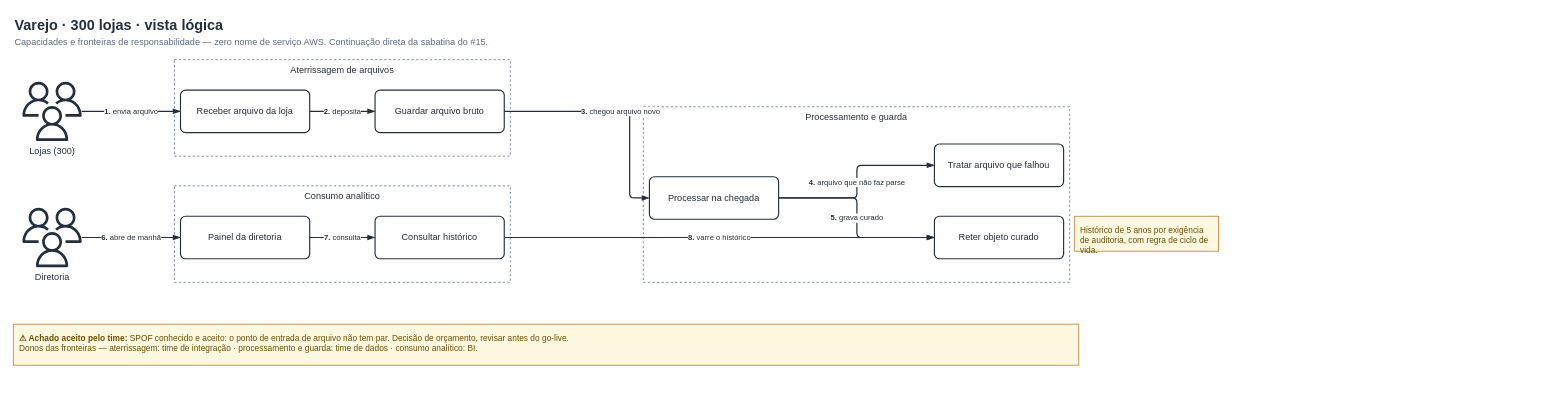
ThiagoPanini/panlabs-skills keeps this draw.io diagram as page "Varejo · 300 lojas · vista lógica" (1 of 5) of skills/panlabs-aws-diagrams/saida/varejo.publicado.drawio. Above is the earlier version. Source tidied: cells renumbered, new cells numbered last; positions are measured from the earlier drawing's top-left corner, leaving out a move shared by most shapes. Both pictures are drawn from the tidied source at 76%, with x=0, y=0 at pixel (13, 14).
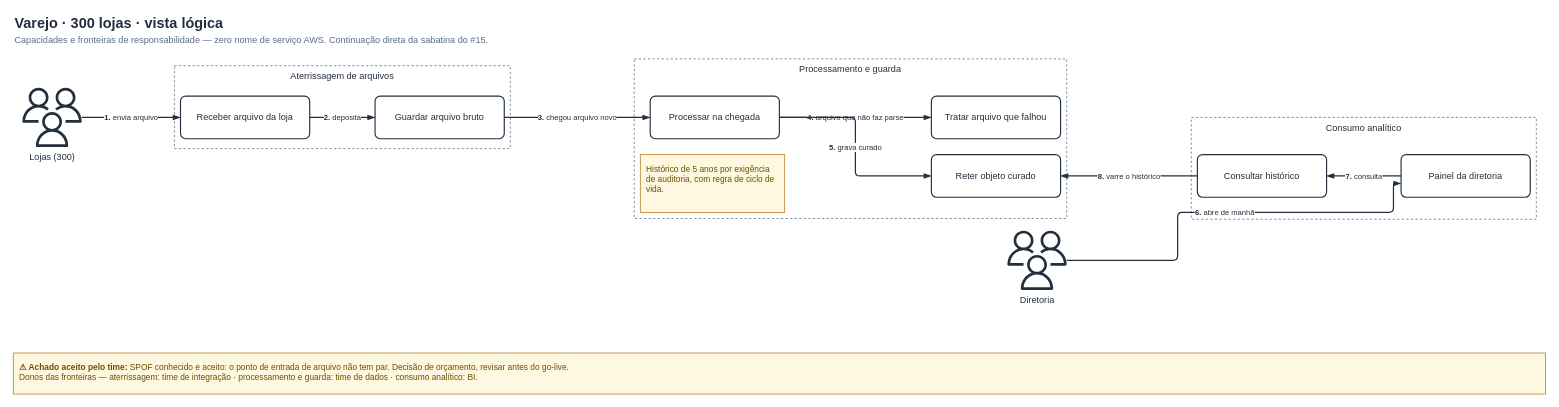
After the change.

The change refers to these unchanged cells:
```xml
<mxCell id="5" value="Guardar arquivo bruto" style="rounded=1;arcSize=12;whiteSpace=wrap;html=1;fillColor=#FFFFFF;strokeColor=#232F3E;fontColor=#232F3E;fontFamily=Arial,Helvetica;fontSize=12;verticalAlign=middle;align=center;strokeWidth=1.5;" parent="4" vertex="1">
  <mxGeometry x="264" y="40" width="170" height="56" as="geometry" />
</mxCell>
```

Change to the diagram source:
```diff
@@
     <mxCell id="2" value="Varejo · 300 lojas · vista lógica" style="text;html=1;fontSize=19;fontStyle=1;fontColor=#232F3E;fontFamily=Arial,Helvetica;align=left;verticalAlign=middle;" parent="1" vertex="1">
-      <mxGeometry width="392" height="27" as="geometry" />
+      <mxGeometry y="-2" width="392" height="27" as="geometry" />
     </mxCell>
     <mxCell id="3" value="Capacidades e fronteiras de responsabilidade — zero nome de serviço AWS. Continuação direta da sabatina do #15." style="text;html=1;fontSize=12;fontColor=#5A6C86;fontFamily=Arial,Helvetica;align=left;verticalAlign=middle;" parent="1" vertex="1">
-      <mxGeometry y="27" width="820" height="17" as="geometry" />
+      <mxGeometry y="25" width="820" height="17" as="geometry" />
     </mxCell>
     <mxCell id="4" value="Aterrissagem de arquivos" style="fillColor=none;strokeColor=#5A6C86;dashed=1;verticalAlign=top;fontStyle=0;fontColor=#232F3E;whiteSpace=wrap;html=1;fontFamily=Arial,Helvetica;fontSize=12;" parent="1" vertex="1">
-      <mxGeometry x="212" y="59" width="442" height="127" as="geometry" />
+      <mxGeometry x="212" y="67" width="442" height="109" as="geometry" />
     </mxCell>
@@
     <mxCell id="7" value="Consumo analítico" style="fillColor=none;strokeColor=#5A6C86;dashed=1;verticalAlign=top;fontStyle=0;fontColor=#232F3E;whiteSpace=wrap;html=1;fontFamily=Arial,Helvetica;fontSize=12;" parent="1" vertex="1">
-      <mxGeometry x="212" y="225" width="442" height="127" as="geometry" />
+      <mxGeometry x="1550" y="135" width="454" height="134" as="geometry" />
     </mxCell>
     <mxCell id="8" value="Consultar histórico" style="rounded=1;arcSize=12;whiteSpace=wrap;html=1;fillColor=#FFFFFF;strokeColor=#232F3E;fontColor=#232F3E;fontFamily=Arial,Helvetica;fontSize=12;verticalAlign=middle;align=center;strokeWidth=1.5;" parent="7" vertex="1">
-      <mxGeometry x="264" y="40" width="170" height="56" as="geometry" />
+      <mxGeometry x="8" y="49" width="170" height="56" as="geometry" />
     </mxCell>
     <mxCell id="9" value="Painel da diretoria" style="rounded=1;arcSize=12;whiteSpace=wrap;html=1;fillColor=#FFFFFF;strokeColor=#232F3E;fontColor=#232F3E;fontFamily=Arial,Helvetica;fontSize=12;verticalAlign=middle;align=center;strokeWidth=1.5;" parent="7" vertex="1">
-      <mxGeometry x="8" y="40" width="170" height="56" as="geometry" />
+      <mxGeometry x="276" y="49" width="170" height="56" as="geometry" />
     </mxCell>
     <mxCell id="10" value="Diretoria" style="sketch=0;outlineConnect=0;fontColor=#232F3E;gradientColor=none;fillColor=#232F3D;strokeColor=none;dashed=0;verticalLabelPosition=bottom;verticalAlign=top;align=center;html=1;fontSize=12;fontStyle=0;shape=mxgraph.aws4.users;fontFamily=Arial,Helvetica;" parent="1" vertex="1">
-      <mxGeometry x="12" y="254" width="78" height="78" as="geometry" />
+      <mxGeometry x="1308" y="284" width="78" height="78" as="geometry" />
     </mxCell>
     <mxCell id="11" value="Lojas (300)" style="sketch=0;outlineConnect=0;fontColor=#232F3E;gradientColor=none;fillColor=#232F3D;strokeColor=none;dashed=0;verticalLabelPosition=bottom;verticalAlign=top;align=center;html=1;fontSize=12;fontStyle=0;shape=mxgraph.aws4.users;fontFamily=Arial,Helvetica;" parent="1" vertex="1">
-      <mxGeometry x="12" y="88" width="78" height="78" as="geometry" />
+      <mxGeometry x="12" y="96" width="78" height="78" as="geometry" />
     </mxCell>
     <mxCell id="12" value="Processamento e guarda" style="fillColor=none;strokeColor=#5A6C86;dashed=1;verticalAlign=top;fontStyle=0;fontColor=#232F3E;whiteSpace=wrap;html=1;fontFamily=Arial,Helvetica;fontSize=12;" parent="1" vertex="1">
-      <mxGeometry x="829" y="121" width="561" height="231" as="geometry" />
+      <mxGeometry x="817" y="58" width="569" height="210" as="geometry" />
     </mxCell>
     <mxCell id="13" value="Processar na chegada" style="rounded=1;arcSize=12;whiteSpace=wrap;html=1;fillColor=#FFFFFF;strokeColor=#232F3E;fontColor=#232F3E;fontFamily=Arial,Helvetica;fontSize=12;verticalAlign=middle;align=center;strokeWidth=1.5;" parent="12" vertex="1">
-      <mxGeometry x="8" y="92" width="170" height="56" as="geometry" />
+      <mxGeometry x="21" y="49" width="170" height="56" as="geometry" />
     </mxCell>
     <mxCell id="14" value="Reter objeto curado" style="rounded=1;arcSize=12;whiteSpace=wrap;html=1;fillColor=#FFFFFF;strokeColor=#232F3E;fontColor=#232F3E;fontFamily=Arial,Helvetica;fontSize=12;verticalAlign=middle;align=center;strokeWidth=1.5;" parent="12" vertex="1">
-      <mxGeometry x="383" y="144" width="170" height="56" as="geometry" />
+      <mxGeometry x="391" y="126" width="170" height="56" as="geometry" />
     </mxCell>
     <mxCell id="15" value="Tratar arquivo que falhou" style="rounded=1;arcSize=12;whiteSpace=wrap;html=1;fillColor=#FFFFFF;strokeColor=#232F3E;fontColor=#232F3E;fontFamily=Arial,Helvetica;fontSize=12;verticalAlign=middle;align=center;strokeWidth=1.5;" parent="12" vertex="1">
-      <mxGeometry x="383" y="49" width="170" height="56" as="geometry" />
+      <mxGeometry x="391" y="49" width="170" height="56" as="geometry" />
     </mxCell>
+    <mxCell id="24" value="Histórico de 5 anos por exigência de auditoria, com regra de ciclo de vida." style="rounded=0;whiteSpace=wrap;html=1;fillColor=#FFF8E1;strokeColor=#B7791F;fontColor=#6B4E00;fontFamily=Arial,Helvetica;fontSize=11;align=left;verticalAlign=top;spacing=8;dashed=0;" parent="12" vertex="1">
+      <mxGeometry x="8" y="126" width="190" height="76" as="geometry" />
+    </mxCell>
@@
     <mxCell id="18" value="&lt;b&gt;3.&lt;/b&gt; chegou arquivo novo" style="edgeStyle=orthogonalEdgeStyle;html=1;jettySize=auto;rounded=1;strokeColor=#232F3E;strokeWidth=1.6;endArrow=blockThin;endFill=1;endSize=6;fontSize=10;fontFamily=Arial,Helvetica;fontColor=#232F3E;labelBackgroundColor=#FFFFFF;arcSize=12;jumpStyle=arc;jumpSize=6;" parent="1" edge="1" source="5" target="13">
-      <mxGeometry relative="1" as="geometry">
-        <Array as="points">
-          <mxPoint x="811" y="127" />
-          <mxPoint x="811" y="241" />
-        </Array>
-      </mxGeometry>
+      <mxGeometry relative="1" as="geometry" />
     </mxCell>
     <mxCell id="19" value="&lt;b&gt;4.&lt;/b&gt; arquivo que não faz parse" style="edgeStyle=orthogonalEdgeStyle;html=1;jettySize=auto;rounded=1;strokeColor=#232F3E;strokeWidth=1.6;endArrow=blockThin;endFill=1;endSize=6;fontSize=10;fontFamily=Arial,Helvetica;fontColor=#232F3E;labelBackgroundColor=#FFFFFF;arcSize=12;jumpStyle=arc;jumpSize=6;" parent="1" edge="1" source="13" target="15">
-      <mxGeometry relative="1" as="geometry">
-        <Array as="points">
-          <mxPoint x="1110" y="241" />
-          <mxPoint x="1110" y="198" />
-        </Array>
-      </mxGeometry>
+      <mxGeometry relative="1" as="geometry" />
     </mxCell>
     <mxCell id="20" value="&lt;b&gt;5.&lt;/b&gt; grava curado" style="edgeStyle=orthogonalEdgeStyle;html=1;jettySize=auto;rounded=1;strokeColor=#232F3E;strokeWidth=1.6;endArrow=blockThin;endFill=1;endSize=6;fontSize=10;fontFamily=Arial,Helvetica;fontColor=#232F3E;labelBackgroundColor=#FFFFFF;arcSize=12;jumpStyle=arc;jumpSize=6;" parent="1" edge="1" source="13" target="14">
       <mxGeometry relative="1" as="geometry">
         <Array as="points">
-          <mxPoint x="1110" y="241" />
-          <mxPoint x="1110" y="293" />
+          <mxPoint x="1108" y="135" />
+          <mxPoint x="1108" y="212" />
         </Array>
       </mxGeometry>
     </mxCell>
     <mxCell id="21" value="&lt;b&gt;6.&lt;/b&gt; abre de manhã" style="edgeStyle=orthogonalEdgeStyle;html=1;jettySize=auto;rounded=1;strokeColor=#232F3E;strokeWidth=1.6;endArrow=blockThin;endFill=1;endSize=6;fontSize=10;fontFamily=Arial,Helvetica;fontColor=#232F3E;labelBackgroundColor=#FFFFFF;arcSize=12;jumpStyle=arc;jumpSize=6;" parent="1" edge="1" source="10" target="9">
-      <mxGeometry relative="1" as="geometry" />
+      <mxGeometry relative="1" as="geometry">
+        <Array as="points">
+          <mxPoint x="1532" y="323" />
+          <mxPoint x="1532" y="260" />
+          <mxPoint x="1816" y="260" />
+          <mxPoint x="1816" y="222" />
+        </Array>
+      </mxGeometry>
     </mxCell>
@@
-    <mxCell id="24" value="Histórico de 5 anos por exigência de auditoria, com regra de ciclo de vida." style="rounded=0;whiteSpace=wrap;html=1;fillColor=#FFF8E1;strokeColor=#B7791F;fontColor=#6B4E00;fontFamily=Arial,Helvetica;fontSize=11;align=left;verticalAlign=top;spacing=8;dashed=0;" parent="1" vertex="1">
-      <mxGeometry x="1396" y="265" width="190" height="46" as="geometry" />
-    </mxCell>
     <mxCell id="25" value="&lt;b&gt;⚠ Achado aceito pelo time:&lt;/b&gt; SPOF conhecido e aceito: o ponto de entrada de arquivo não tem par. Decisão de orçamento, revisar antes do go-live.&lt;br&gt;Donos das fronteiras — aterrissagem: time de integração · processamento e guarda: time de dados · consumo analítico: BI." style="rounded=0;whiteSpace=wrap;html=1;fillColor=#FFF8E1;strokeColor=#B7791F;fontColor=#6B4E00;fontFamily=Arial,Helvetica;fontSize=11;align=left;verticalAlign=top;spacing=8;dashed=0;" parent="1" vertex="1">
-      <mxGeometry y="407" width="1402" height="54" as="geometry" />
+      <mxGeometry y="445" width="2016" height="54" as="geometry" />
     </mxCell>
```
